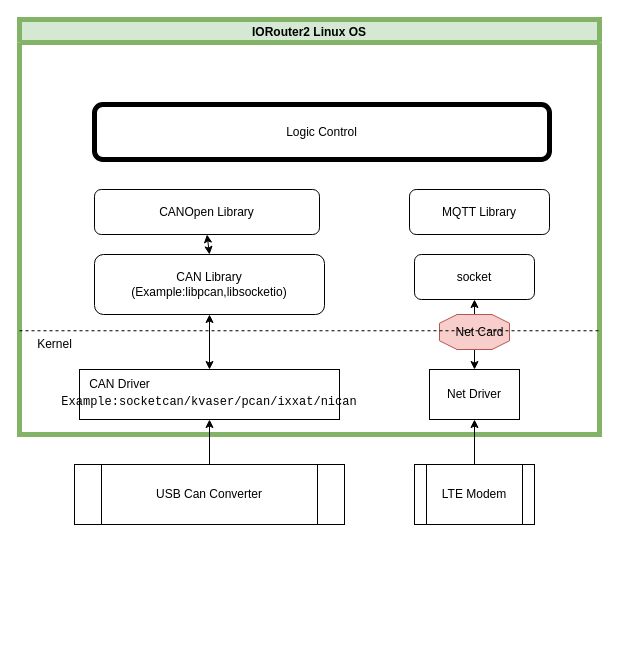
Above: 成都地铁IORouter2.drawio in faithsws/WWR (draw.io), before the change. Source tidied: cells renumbered, new cells numbered last; positions are measured from the earlier drawing's top-left corner, leaving out a move shared by most shapes. Both pictures are drawn from the tidied source at 100%, with x=0, y=0 at pixel (19, 19).
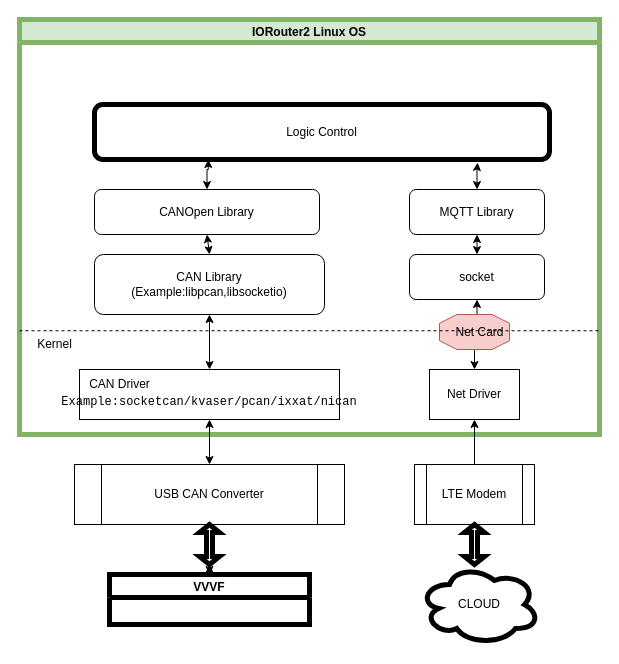
The same page after the edit.

Commit message (it also covers changes not shown here):
更新成都地铁IORouter2.drawio

Unchanged cells that the change refers to:
```xml
<mxCell id="2" value="IORouter2 Linux OS" style="swimlane;startSize=23;fillColor=#d5e8d4;strokeColor=#82b366;strokeWidth=5;" parent="1" vertex="1">
  <mxGeometry width="580" height="415" as="geometry" />
</mxCell>
<mxCell id="7" value="&lt;pre&gt;&lt;span class=&quot;s1&quot;&gt;&lt;br&gt;Example:socketcan/&lt;/span&gt;&lt;span class=&quot;c1&quot;&gt;kvaser/&lt;/span&gt;&lt;span class=&quot;c1&quot;&gt;pcan/&lt;/span&gt;&lt;span class=&quot;c1&quot;&gt;ixxat/&lt;/span&gt;&lt;span class=&quot;c1&quot;&gt;nican&lt;/span&gt;&lt;/pre&gt;" style="rounded=0;whiteSpace=wrap;html=1;" parent="2" vertex="1">
  <mxGeometry x="60" y="350" width="260" height="50" as="geometry" />
</mxCell>
<mxCell id="12" value="CANOpen Library" style="rounded=1;whiteSpace=wrap;html=1;" parent="2" vertex="1">
  <mxGeometry x="75" y="170" width="225" height="45" as="geometry" />
</mxCell>
<mxCell id="15" value="Logic Control" style="rounded=1;whiteSpace=wrap;html=1;strokeWidth=5;" parent="2" vertex="1">
  <mxGeometry x="75" y="85" width="455" height="55" as="geometry" />
</mxCell>
```

Change to the diagram source:
```diff
@@
     <mxCell id="10" value="socket" style="rounded=1;whiteSpace=wrap;html=1;" parent="2" vertex="1">
-      <mxGeometry x="395" y="235" width="120" height="45" as="geometry" />
+      <mxGeometry x="390" y="235" width="135" height="45" as="geometry" />
     </mxCell>
@@
+    <mxCell id="22" style="edgeStyle=orthogonalEdgeStyle;rounded=0;jettySize=auto;html=1;entryX=0.25;entryY=1;entryDx=0;entryDy=0;startArrow=classic;startFill=1;" parent="2" edge="1" source="12" target="15">
+      <mxGeometry relative="1" as="geometry" />
+    </mxCell>
@@
+    <mxCell id="23" style="edgeStyle=orthogonalEdgeStyle;rounded=0;jettySize=auto;html=1;entryX=0.842;entryY=1.055;entryDx=0;entryDy=0;entryPerimeter=0;startArrow=classic;startFill=1;" parent="2" edge="1" source="14" target="15">
+      <mxGeometry relative="1" as="geometry" />
+    </mxCell>
     <mxCell id="14" value="MQTT Library" style="rounded=1;whiteSpace=wrap;html=1;" parent="2" vertex="1">
-      <mxGeometry x="390" y="170" width="140" height="45" as="geometry" />
+      <mxGeometry x="390" y="170" width="135" height="45" as="geometry" />
     </mxCell>
@@
+    <mxCell id="24" style="endArrow=classic;startArrow=classic;html=1;rounded=0;entryX=0.5;entryY=1;entryDx=0;entryDy=0;exitX=0.5;exitY=0;exitDx=0;exitDy=0;" parent="2" edge="1" source="10" target="14">
+      <mxGeometry relative="1" as="geometry" />
+    </mxCell>
@@
-    <mxCell id="19" style="edgeStyle=orthogonalEdgeStyle;rounded=0;jettySize=auto;html=1;entryX=0.5;entryY=1;entryDx=0;entryDy=0;" parent="1" edge="1" source="20" target="7">
+    <mxCell id="19" style="edgeStyle=orthogonalEdgeStyle;rounded=0;jettySize=auto;html=1;entryX=0.5;entryY=1;entryDx=0;entryDy=0;startArrow=classic;startFill=1;" parent="1" edge="1" source="20" target="7">
       <mxGeometry relative="1" as="geometry" />
     </mxCell>
-    <mxCell id="20" value="&lt;div&gt;USB Can Converter&lt;/div&gt;" style="shape=process;whiteSpace=wrap;html=1;backgroundOutline=1;" parent="1" vertex="1">
+    <mxCell id="20" value="&lt;div&gt;USB CAN Converter&lt;/div&gt;" style="shape=process;whiteSpace=wrap;html=1;backgroundOutline=1;" parent="1" vertex="1">
       <mxGeometry x="55" y="445" width="270" height="60" as="geometry" />
     </mxCell>
@@
+    <mxCell id="25" value="VVVF" style="swimlane;strokeWidth=5;" parent="1" vertex="1">
+      <mxGeometry x="90" y="555" width="200" height="50" as="geometry" />
+    </mxCell>
+    <mxCell id="26" style="edgeStyle=orthogonalEdgeStyle;rounded=0;jettySize=auto;html=1;exitX=1;exitY=0.5;exitDx=0;exitDy=0;exitPerimeter=0;entryX=0.5;entryY=0;entryDx=0;entryDy=0;startArrow=classic;startFill=1;" parent="1" edge="1" source="27" target="25">
+      <mxGeometry relative="1" as="geometry" />
+    </mxCell>
+    <mxCell id="27" style="shape=doubleArrow;whiteSpace=wrap;html=1;strokeWidth=5;rotation=90;" parent="1" vertex="1">
+      <mxGeometry x="170" y="515" width="40" height="20" as="geometry" />
+    </mxCell>
+    <mxCell id="28" value="CLOUD" style="ellipse;shape=cloud;whiteSpace=wrap;html=1;strokeWidth=5;" parent="1" vertex="1">
+      <mxGeometry x="400" y="545" width="120" height="80" as="geometry" />
+    </mxCell>
+    <mxCell id="29" style="shape=doubleArrow;whiteSpace=wrap;html=1;strokeWidth=5;rotation=90;" parent="1" vertex="1">
+      <mxGeometry x="435" y="515" width="40" height="20" as="geometry" />
+    </mxCell>
```
